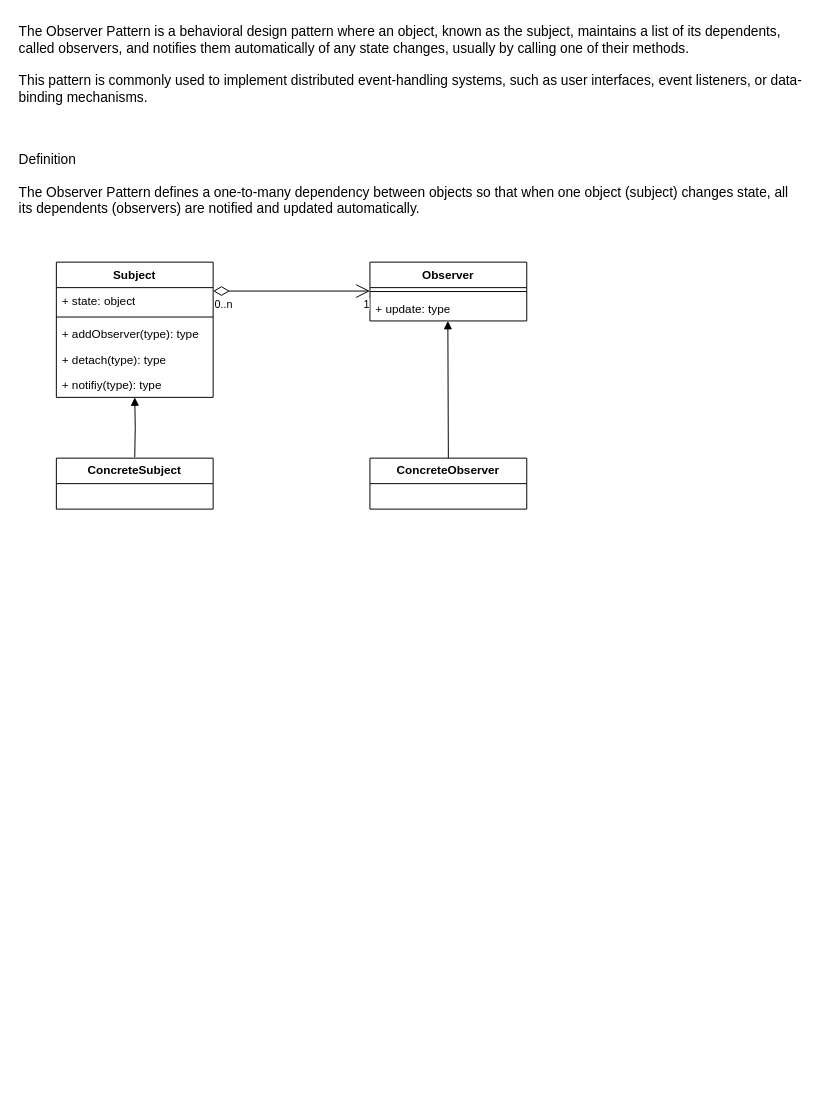
tyk1hc/drawio keeps this draw.io diagram as Untitled Diagram.drawio. Above is the earlier version. Source tidied: cells renumbered, new cells numbered last; positions are measured from the earlier drawing's top-left corner, leaving out a move shared by most shapes. Both pictures are drawn from the tidied source at 98%, with x=0, y=0 at pixel (17, 17).
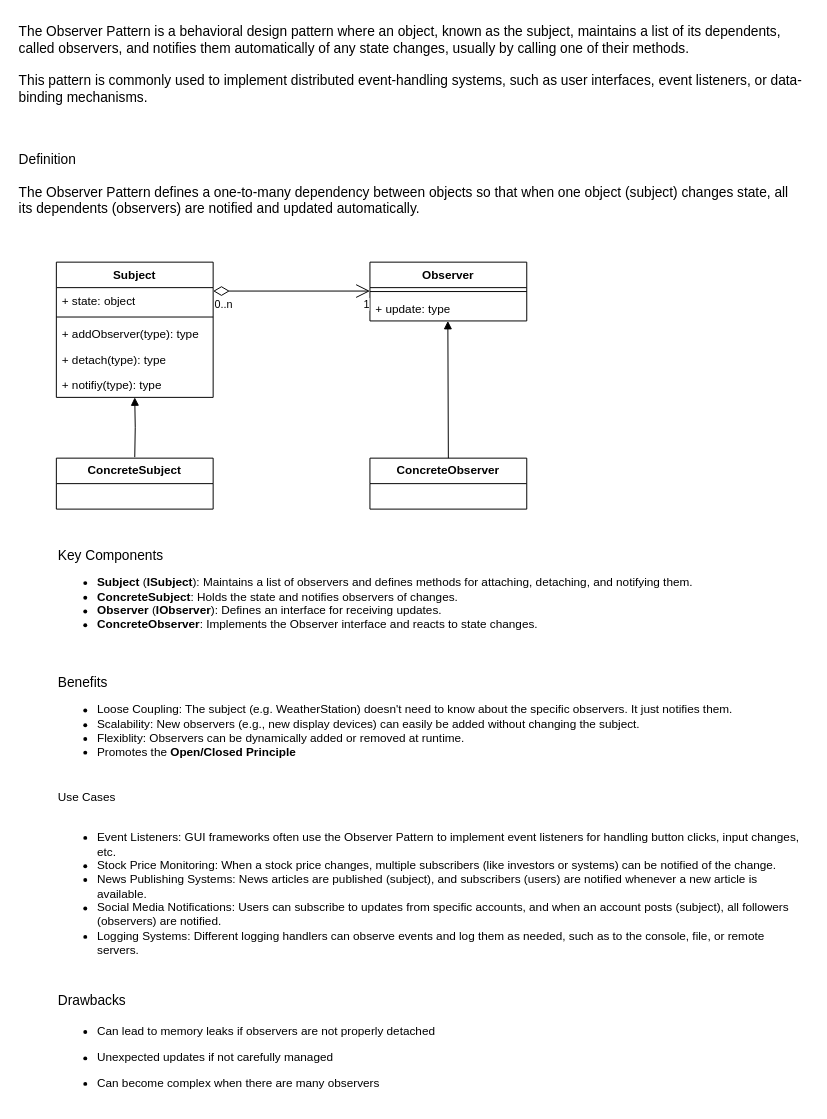
The same diagram, later.

Change to the diagram source:
```diff
@@
+    <mxCell id="20" value="&lt;div&gt;&lt;font style=&quot;font-size: 14px;&quot;&gt;Key Components&lt;/font&gt;&lt;/div&gt;&lt;div&gt;&lt;ul&gt;&lt;li&gt;&lt;b&gt;Subject &lt;/b&gt;(&lt;b&gt;ISubject&lt;/b&gt;): Maintains a list of observers and defines methods for attaching, detaching, and notifying them.&lt;/li&gt;&lt;li&gt;&lt;b&gt;ConcreteSubject&lt;/b&gt;: Holds the state and notifies observers of changes.&lt;/li&gt;&lt;li&gt;&lt;b&gt;Observer &lt;/b&gt;(&lt;b&gt;IObserver&lt;/b&gt;): Defines an interface for receiving updates.&lt;/li&gt;&lt;li&gt;&lt;b&gt;ConcreteObserver&lt;/b&gt;: Implements the Observer interface and reacts to state changes.&lt;/li&gt;&lt;/ul&gt;&lt;/div&gt;" style="text;html=1;align=left;verticalAlign=middle;whiteSpace=wrap;rounded=0;" parent="1" vertex="1">
+      <mxGeometry x="40" y="530" width="720" height="120" as="geometry" />
+    </mxCell>
+    <mxCell id="21" value="&lt;div&gt;&lt;font style=&quot;font-size: 14px;&quot;&gt;Benefits&lt;/font&gt;&lt;/div&gt;&lt;ul&gt;&lt;li&gt;Loose Coupling: The subject (e.g. WeatherStation) doesn't need to know about the specific observers. It just notifies them.&lt;/li&gt;&lt;li&gt;Scalability: New observers (e.g., new display devices) can easily be added without changing the subject.&lt;/li&gt;&lt;li&gt;Flexiblity: Observers can be dynamically added or removed at runtime.&lt;/li&gt;&lt;li&gt;Promotes the &lt;strong&gt;Open/Closed Principle&lt;/strong&gt;&lt;/li&gt;&lt;/ul&gt;" style="text;html=1;align=left;verticalAlign=middle;whiteSpace=wrap;rounded=0;" parent="1" vertex="1">
+      <mxGeometry x="40" y="660" width="760" height="120" as="geometry" />
+    </mxCell>
+    <mxCell id="22" value="&lt;div&gt;Use Cases&lt;b&gt;&lt;br&gt;&lt;/b&gt;&lt;/div&gt;&lt;div&gt;&lt;b&gt;&lt;br&gt;&lt;/b&gt;&lt;/div&gt;&lt;div&gt;&lt;ul&gt;&lt;li&gt;Event Listeners: GUI frameworks often use the Observer Pattern to implement event listeners for handling button clicks, input changes, etc.&lt;/li&gt;&lt;li&gt;Stock Price Monitoring: When a stock price changes, multiple subscribers (like investors or systems) can be notified of the change.&lt;/li&gt;&lt;li&gt;News Publishing Systems: News articles are published (subject), and subscribers (users) are notified whenever a new article is available.&lt;/li&gt;&lt;li&gt;Social Media Notifications: Users can subscribe to updates from specific accounts, and when an account posts (subject), all followers (observers) are notified.&lt;/li&gt;&lt;li&gt;Logging Systems: Different logging handlers can observe events and log them as needed, such as to the console, file, or remote servers.&lt;br&gt;&lt;/li&gt;&lt;/ul&gt;&lt;/div&gt;" style="text;html=1;align=left;verticalAlign=middle;whiteSpace=wrap;rounded=0;" parent="1" vertex="1">
+      <mxGeometry x="40" y="800" width="760" height="160" as="geometry" />
+    </mxCell>
+    <mxCell id="23" value="&lt;h2&gt;&lt;font style=&quot;font-size: 14px; font-weight: normal;&quot;&gt;Drawbacks&lt;/font&gt;&lt;/h2&gt;&lt;ul&gt;&lt;li&gt;&lt;p&gt;Can lead to memory leaks if observers are not properly detached&lt;/p&gt;&lt;/li&gt;&lt;li&gt;&lt;p&gt;Unexpected updates if not carefully managed&lt;/p&gt;&lt;/li&gt;&lt;li&gt;&lt;p&gt;Can become complex when there are many observers&lt;/p&gt;&lt;/li&gt;&lt;/ul&gt;" style="text;whiteSpace=wrap;html=1;" parent="1" vertex="1">
+      <mxGeometry x="40" y="970" width="760" height="120" as="geometry" />
+    </mxCell>
```
